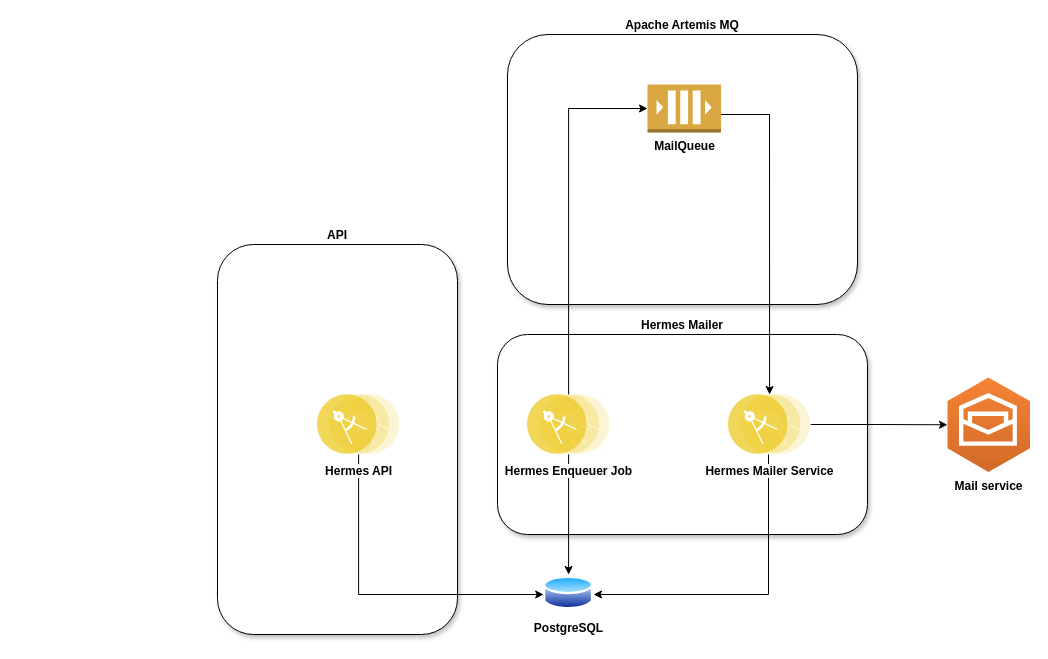
Before: page "Page-1" (1 of 2) of docs/Hermes.drawio in saulocn/hermes-artemis, a draw.io diagram. Source tidied: cells renumbered, new cells numbered last; positions are measured from the earlier drawing's top-left corner, leaving out a move shared by most shapes. Both pictures are drawn from the tidied source at 100%, with x=0, y=0 at pixel (217, 34).
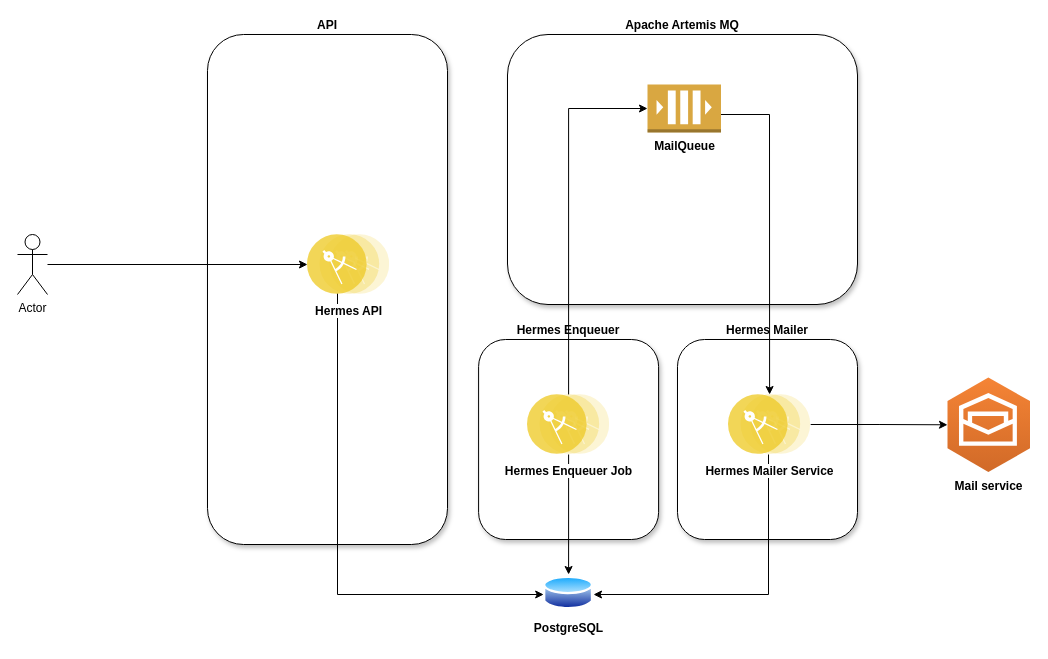
The same diagram, later.

Unchanged cells that the change refers to:
```xml
<mxCell id="7" value="PostgreSQL" style="perimeter=ellipsePerimeter;html=1;align=center;shadow=0;dashed=0;spacingTop=3;image;image=img/lib/active_directory/database.svg;fontStyle=1;" parent="1" vertex="1">
  <mxGeometry x="326.1" y="540" width="50" height="37" as="geometry" />
</mxCell>
```

What changed in the source:
```diff
@@
+    <mxCell id="17" value="Hermes Enqueuer" style="rounded=1;whiteSpace=wrap;html=1;shadow=1;labelPosition=center;verticalLabelPosition=top;align=center;verticalAlign=bottom;fontStyle=1;" parent="1" vertex="1">
+      <mxGeometry x="261.1" y="305" width="180" height="200" as="geometry" />
+    </mxCell>
@@
     <mxCell id="3" value="Hermes Mailer" style="rounded=1;whiteSpace=wrap;html=1;shadow=1;labelPosition=center;verticalLabelPosition=top;align=center;verticalAlign=bottom;fontStyle=1;" parent="1" vertex="1">
-      <mxGeometry x="280" y="300" width="370" height="200" as="geometry" />
+      <mxGeometry x="460" y="305" width="180" height="200" as="geometry" />
     </mxCell>
     <mxCell id="4" value="&lt;div style=&quot;&quot;&gt;&lt;span style=&quot;background-color: initial;&quot;&gt;API&lt;/span&gt;&lt;/div&gt;" style="rounded=1;whiteSpace=wrap;html=1;shadow=1;align=center;labelPosition=center;verticalLabelPosition=top;verticalAlign=bottom;fontStyle=1;" parent="1" vertex="1">
-      <mxGeometry y="210" width="240" height="390" as="geometry" />
+      <mxGeometry x="-10" width="240" height="510" as="geometry" />
     </mxCell>
@@
     <mxCell id="8" style="edgeStyle=orthogonalEdgeStyle;rounded=0;jettySize=auto;html=1;fontColor=#000000;" parent="1" edge="1" source="9" target="7">
       <mxGeometry relative="1" as="geometry">
         <Array as="points">
-          <mxPoint x="141" y="560" />
+          <mxPoint x="120" y="560" />
         </Array>
       </mxGeometry>
     </mxCell>
     <mxCell id="9" value="Hermes API" style="perimeter=ellipsePerimeter;html=1;align=center;shadow=0;dashed=0;fontColor=#000000;labelBackgroundColor=#ffffff;fontSize=12;spacingTop=3;image;image=img/lib/ibm/applications/microservice.svg;fontStyle=1;" parent="1" vertex="1">
-      <mxGeometry x="100" y="360" width="82.2" height="60" as="geometry" />
+      <mxGeometry x="90" y="200" width="82.2" height="60" as="geometry" />
     </mxCell>
@@
+    <mxCell id="18" style="edgeStyle=orthogonalEdgeStyle;rounded=0;jettySize=auto;html=1;" parent="1" edge="1" source="19" target="9">
+      <mxGeometry relative="1" as="geometry" />
+    </mxCell>
+    <mxCell id="19" value="Actor" style="shape=umlActor;verticalLabelPosition=bottom;verticalAlign=top;html=1;outlineConnect=0;" parent="1" vertex="1">
+      <mxGeometry x="-200" y="200" width="30" height="60" as="geometry" />
+    </mxCell>
```
